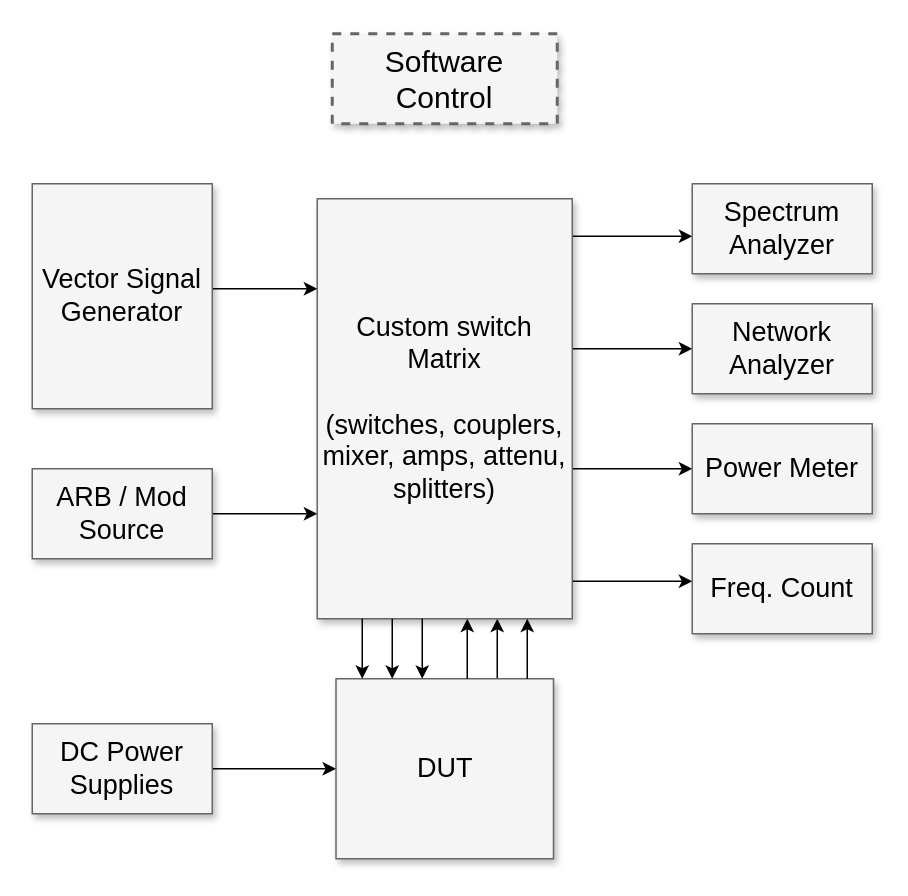
dakshat11/Coding_Journey keeps this draw.io diagram as Untitled Diagram.drawio. Above is the earlier version. Source tidied: cells renumbered, new cells numbered last; positions are measured from the earlier drawing's top-left corner, leaving out a move shared by most shapes. Both pictures are drawn from the tidied source at 150%, with x=0, y=0 at pixel (32, 33).
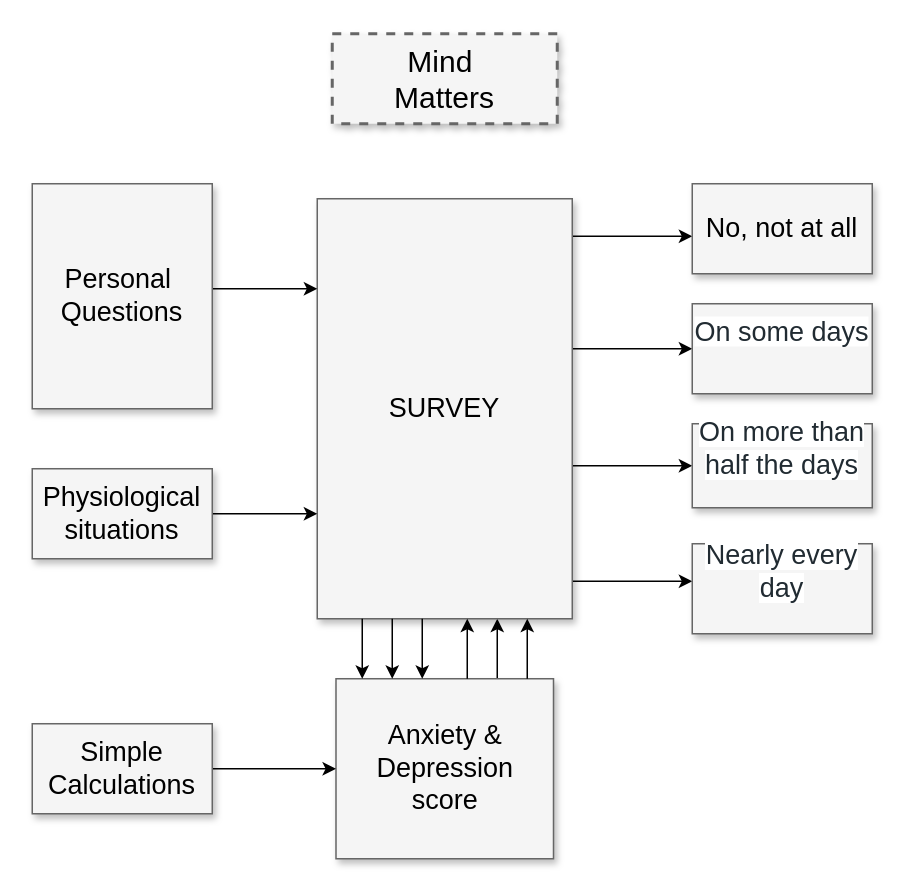
Above is the later version.

Change to the diagram source:
```diff
@@
-    <mxCell id="2" value="Software Control" style="whiteSpace=wrap;html=1;shadow=1;fontSize=20;fillColor=#f5f5f5;strokeColor=#666666;strokeWidth=2;dashed=1;" parent="1" vertex="1">
+    <mxCell id="2" value="Mind&amp;nbsp;&lt;br&gt;Matters" style="whiteSpace=wrap;html=1;shadow=1;fontSize=20;fillColor=#f5f5f5;strokeColor=#666666;strokeWidth=2;dashed=1;" parent="1" vertex="1">
       <mxGeometry x="200" width="150" height="60" as="geometry" />
     </mxCell>
@@
-    <mxCell id="8" value="Custom switch Matrix&lt;div&gt;&lt;br&gt;&lt;/div&gt;&lt;div&gt;(switches, couplers, mixer, amps, attenu, splitters)&lt;/div&gt;" style="whiteSpace=wrap;html=1;shadow=1;fontSize=18;fillColor=#f5f5f5;strokeColor=#666666;" parent="1" vertex="1">
+    <mxCell id="8" value="SURVEY" style="whiteSpace=wrap;html=1;shadow=1;fontSize=18;fillColor=#f5f5f5;strokeColor=#666666;" parent="1" vertex="1">
       <mxGeometry x="190" y="110" width="170" height="280" as="geometry" />
     </mxCell>
-    <mxCell id="9" value="Spectrum Analyzer" style="whiteSpace=wrap;html=1;shadow=1;fontSize=18;fillColor=#f5f5f5;strokeColor=#666666;" parent="1" vertex="1">
+    <mxCell id="9" value="No, not at all" style="whiteSpace=wrap;html=1;shadow=1;fontSize=18;fillColor=#f5f5f5;strokeColor=#666666;" parent="1" vertex="1">
       <mxGeometry x="440" y="100" width="120" height="60" as="geometry" />
     </mxCell>
-    <mxCell id="10" value="Network Analyzer" style="whiteSpace=wrap;html=1;shadow=1;fontSize=18;fillColor=#f5f5f5;strokeColor=#666666;" parent="1" vertex="1">
+    <mxCell id="10" value="&#10;&lt;span style=&quot;color: rgb(33, 43, 50); font-family: &amp;quot;Frutiger W01&amp;quot;, Arial, Helvetica, sans-serif; font-size: 18px; font-style: normal; font-variant-ligatures: normal; font-variant-caps: normal; font-weight: 400; letter-spacing: normal; orphans: 2; text-align: left; text-indent: 0px; text-transform: none; widows: 2; word-spacing: 0px; -webkit-text-stroke-width: 0px; background-color: rgb(255, 255, 255); text-decoration-thickness: initial; text-decoration-style: initial; text-decoration-color: initial; float: none; display: inline !important;&quot;&gt;On some days&lt;/span&gt;&#10;&#10;" style="whiteSpace=wrap;html=1;shadow=1;fontSize=18;fillColor=#f5f5f5;strokeColor=#666666;" parent="1" vertex="1">
       <mxGeometry x="440" y="180" width="120" height="60" as="geometry" />
     </mxCell>
-    <mxCell id="11" value="Power Meter" style="whiteSpace=wrap;html=1;shadow=1;fontSize=18;fillColor=#f5f5f5;strokeColor=#666666;" parent="1" vertex="1">
-      <mxGeometry x="440" y="260" width="120" height="60" as="geometry" />
+    <mxCell id="11" value="&#10;&lt;span style=&quot;color: rgb(33, 43, 50); font-family: &amp;quot;Frutiger W01&amp;quot;, Arial, Helvetica, sans-serif; font-size: 18px; font-style: normal; font-variant-ligatures: normal; font-variant-caps: normal; font-weight: 400; letter-spacing: normal; orphans: 2; text-align: left; text-indent: 0px; text-transform: none; widows: 2; word-spacing: 0px; -webkit-text-stroke-width: 0px; background-color: rgb(255, 255, 255); text-decoration-thickness: initial; text-decoration-style: initial; text-decoration-color: initial; float: none; display: inline !important;&quot;&gt;On more than half the days&lt;/span&gt;&#10;&#10;" style="whiteSpace=wrap;html=1;shadow=1;fontSize=18;fillColor=#f5f5f5;strokeColor=#666666;" parent="1" vertex="1">
+      <mxGeometry x="440" y="260" width="120" height="56" as="geometry" />
     </mxCell>
-    <mxCell id="12" value="Freq. Count" style="whiteSpace=wrap;html=1;shadow=1;fontSize=18;fillColor=#f5f5f5;strokeColor=#666666;" parent="1" vertex="1">
+    <mxCell id="12" value="&#10;&lt;span style=&quot;color: rgb(33, 43, 50); font-family: &amp;quot;Frutiger W01&amp;quot;, Arial, Helvetica, sans-serif; font-size: 18px; font-style: normal; font-variant-ligatures: normal; font-variant-caps: normal; font-weight: 400; letter-spacing: normal; orphans: 2; text-align: left; text-indent: 0px; text-transform: none; widows: 2; word-spacing: 0px; -webkit-text-stroke-width: 0px; background-color: rgb(255, 255, 255); text-decoration-thickness: initial; text-decoration-style: initial; text-decoration-color: initial; float: none; display: inline !important;&quot;&gt;Nearly every day&lt;/span&gt;&#10;&#10;" style="whiteSpace=wrap;html=1;shadow=1;fontSize=18;fillColor=#f5f5f5;strokeColor=#666666;" parent="1" vertex="1">
       <mxGeometry x="440" y="340" width="120" height="60" as="geometry" />
     </mxCell>
@@
-    <mxCell id="14" value="Vector Signal Generator" style="whiteSpace=wrap;html=1;shadow=1;fontSize=18;fillColor=#f5f5f5;strokeColor=#666666;" parent="1" vertex="1">
+    <mxCell id="14" value="Personal&amp;nbsp;&lt;br&gt;Questions" style="whiteSpace=wrap;html=1;shadow=1;fontSize=18;fillColor=#f5f5f5;strokeColor=#666666;" parent="1" vertex="1">
       <mxGeometry y="100" width="120" height="150" as="geometry" />
     </mxCell>
@@
-    <mxCell id="16" value="ARB / Mod Source" style="whiteSpace=wrap;html=1;shadow=1;fontSize=18;fillColor=#f5f5f5;strokeColor=#666666;" parent="1" vertex="1">
+    <mxCell id="16" value="Physiological situations" style="whiteSpace=wrap;html=1;shadow=1;fontSize=18;fillColor=#f5f5f5;strokeColor=#666666;" parent="1" vertex="1">
       <mxGeometry y="290" width="120" height="60" as="geometry" />
     </mxCell>
-    <mxCell id="17" value="DUT" style="whiteSpace=wrap;html=1;shadow=1;fontSize=18;fillColor=#f5f5f5;strokeColor=#666666;" parent="1" vertex="1">
+    <mxCell id="17" value="Anxiety &amp;amp; Depression&lt;br&gt;score" style="whiteSpace=wrap;html=1;shadow=1;fontSize=18;fillColor=#f5f5f5;strokeColor=#666666;" parent="1" vertex="1">
       <mxGeometry x="202.5" y="430" width="145" height="120" as="geometry" />
     </mxCell>
@@
-    <mxCell id="19" value="DC Power Supplies" style="whiteSpace=wrap;html=1;shadow=1;fontSize=18;fillColor=#f5f5f5;strokeColor=#666666;" parent="1" vertex="1">
+    <mxCell id="19" value="Simple Calculations" style="whiteSpace=wrap;html=1;shadow=1;fontSize=18;fillColor=#f5f5f5;strokeColor=#666666;" parent="1" vertex="1">
       <mxGeometry y="460" width="120" height="60" as="geometry" />
     </mxCell>
```
